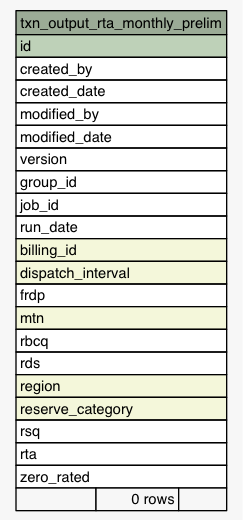
This is Data/settlement/diagrams/summary/txn_output_rta_monthly_prelim.1degree.png from eyana-m/python-data-dictionary-writer, a Graphviz export, as it was before one commit. Its source is kept beside it as Data/settlement/diagrams/summary/txn_output_rta_monthly_prelim.1degree.dot.
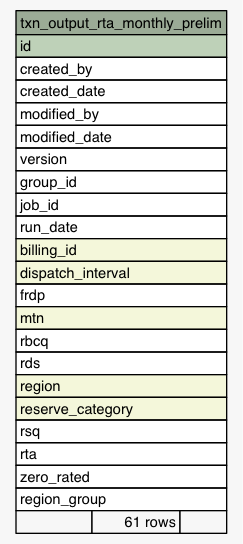
The same file after the commit.

Change to the diagram source:
```diff
@@ -39,7 +39,8 @@
       <TR><TD PORT="rsq" COLSPAN="3" ALIGN="LEFT">rsq</TD></TR>
       <TR><TD PORT="rta" COLSPAN="3" ALIGN="LEFT">rta</TD></TR>
       <TR><TD PORT="zero_rated" COLSPAN="3" ALIGN="LEFT">zero_rated</TD></TR>
-      <TR><TD ALIGN="LEFT" BGCOLOR="#f7f7f7">  </TD><TD ALIGN="RIGHT" BGCOLOR="#f7f7f7">0 rows</TD><TD ALIGN="RIGHT" BGCOLOR="#f7f7f7">  </TD></TR>
+      <TR><TD PORT="region_group" COLSPAN="3" ALIGN="LEFT">region_group</TD></TR>
+      <TR><TD ALIGN="LEFT" BGCOLOR="#f7f7f7">  </TD><TD ALIGN="RIGHT" BGCOLOR="#f7f7f7">61 rows</TD><TD ALIGN="RIGHT" BGCOLOR="#f7f7f7">  </TD></TR>
     </TABLE>>
     URL="tables/txn_output_rta_monthly_prelim.html"
     tooltip="txn_output_rta_monthly_prelim"
```
